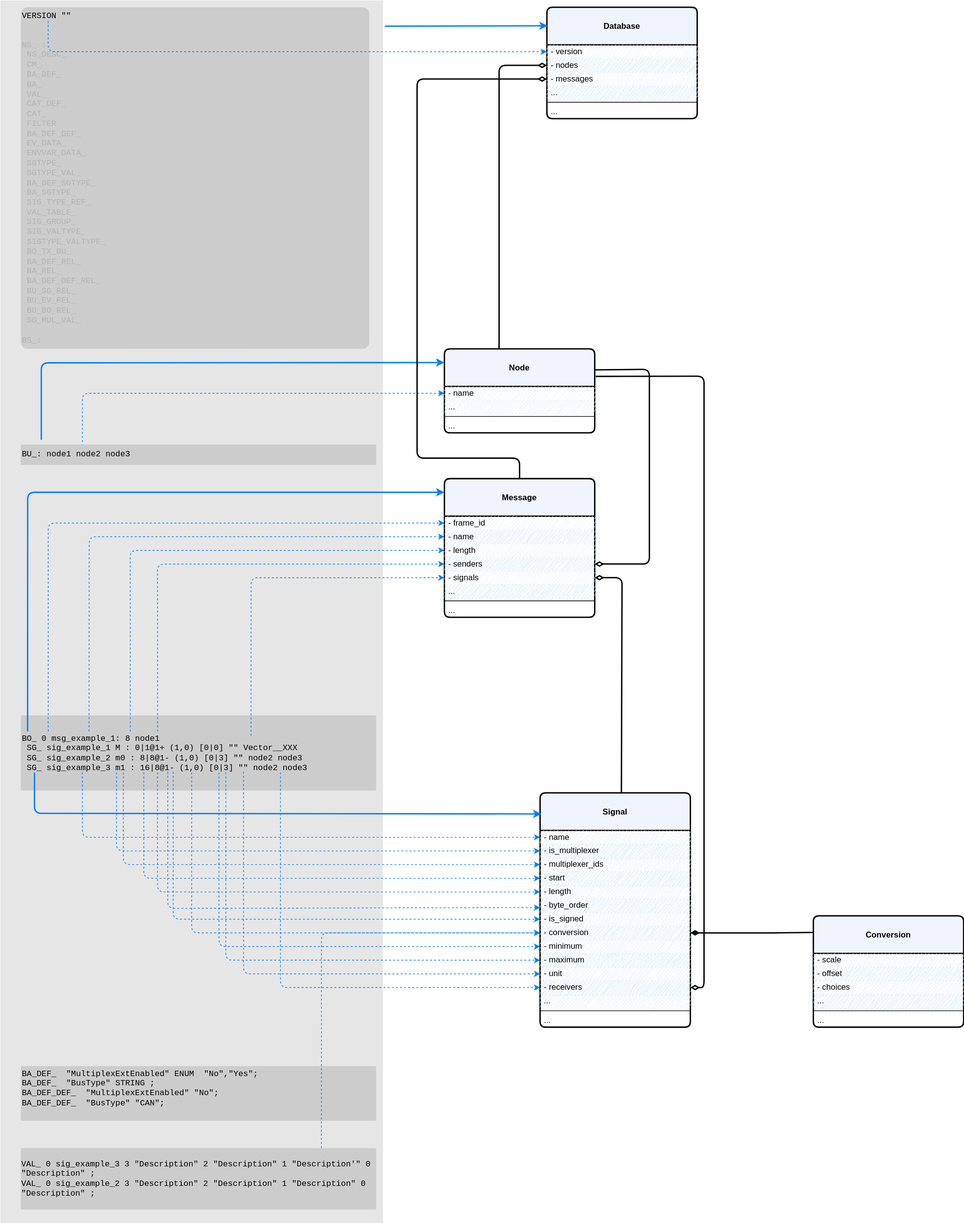
The draw.io diagram images/2025-8-22-cantools/defmap.svg in braisedp/braisedp.github.io, before a commit. Source tidied: cells renumbered, new cells last; positions are measured from the earlier drawing's top-left corner, leaving out a move shared by most shapes.
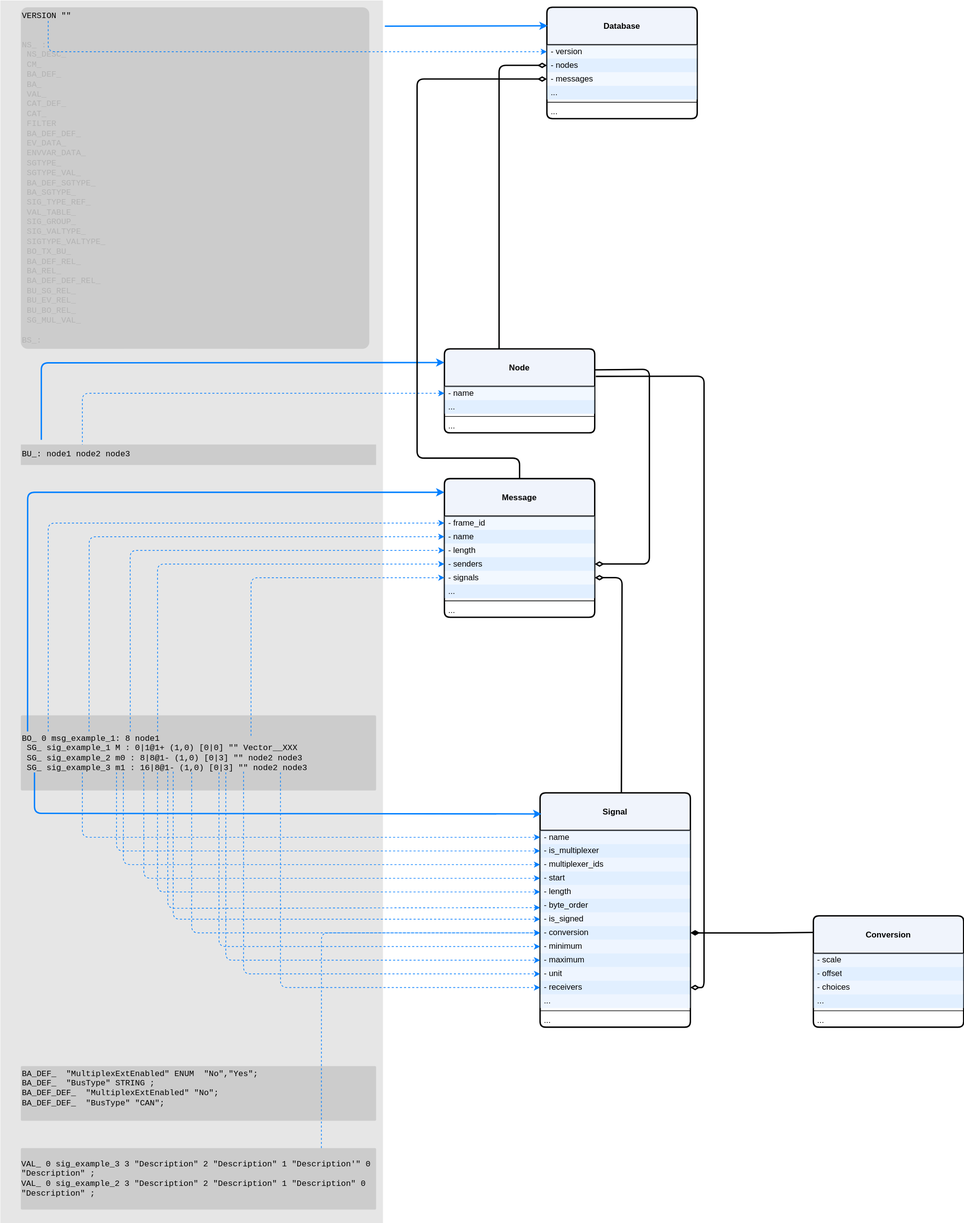
After the change.

What changed in the source:
```diff
@@ -11,10 +11,10 @@
     <mxCell id="4" value="&lt;div&gt;&lt;br&gt;&lt;/div&gt;&lt;div&gt;&lt;b&gt;Node&lt;/b&gt;&lt;/div&gt;" style="swimlane;fontStyle=0;align=center;verticalAlign=top;horizontal=1;startSize=55;html=1;whiteSpace=wrap;arcSize=5;rounded=1;strokeWidth=2;fillColor=#F0F4FC;" parent="1" vertex="1">
       <mxGeometry x="650" y="510" width="220" height="123" as="geometry" />
     </mxCell>
-    <mxCell id="5" value="- name" style="text;html=1;strokeColor=none;fillColor=#E5F2FF;align=left;verticalAlign=middle;spacingLeft=4;spacingRight=4;overflow=hidden;points=[[0,0.5],[1,0.5]];portConstraint=eastwest;whiteSpace=wrap;sketch=1;curveFitting=1;jiggle=2;" parent="4" vertex="1">
+    <mxCell id="5" value="- name" style="text;html=1;strokeColor=none;fillColor=#E5F2FF;align=left;verticalAlign=middle;spacingLeft=4;spacingRight=4;overflow=hidden;points=[[0,0.5],[1,0.5]];portConstraint=eastwest;whiteSpace=wrap;opacity=50;" parent="4" vertex="1">
       <mxGeometry y="55" width="220" height="20" as="geometry" />
     </mxCell>
-    <mxCell id="6" value="..." style="text;html=1;strokeColor=none;fillColor=#DDEBFF;align=left;verticalAlign=middle;spacingLeft=4;spacingRight=4;overflow=hidden;whiteSpace=wrap;sketch=1;curveFitting=1;jiggle=2;" parent="4" vertex="1">
+    <mxCell id="6" value="..." style="text;html=1;strokeColor=none;fillColor=#C4DFFF;align=left;verticalAlign=middle;spacingLeft=4;spacingRight=4;overflow=hidden;whiteSpace=wrap;opacity=50;" parent="4" vertex="1">
       <mxGeometry y="75" width="220" height="20" as="geometry" />
     </mxCell>
     <mxCell id="7" style="line;strokeWidth=1;fillColor=none;align=left;verticalAlign=middle;spacingTop=-1;spacingLeft=3;spacingRight=3;labelPosition=right;" parent="4" vertex="1">
@@ -26,22 +26,22 @@
     <mxCell id="9" value="&lt;div&gt;&lt;b&gt;&lt;br&gt;&lt;/b&gt;&lt;/div&gt;&lt;b&gt;Message&lt;/b&gt;" style="swimlane;fontStyle=0;align=center;verticalAlign=top;horizontal=1;startSize=55;html=1;whiteSpace=wrap;rounded=1;arcSize=5;strokeWidth=2;fillColor=#F0F4FC;" parent="1" vertex="1">
       <mxGeometry x="650" y="700" width="220" height="203" as="geometry" />
     </mxCell>
-    <mxCell id="10" value="- frame_id" style="text;html=1;strokeColor=none;fillColor=#E5F2FF;align=left;verticalAlign=middle;spacingLeft=4;spacingRight=4;overflow=hidden;points=[[0,0.5],[1,0.5]];portConstraint=eastwest;whiteSpace=wrap;sketch=1;curveFitting=1;jiggle=2;" parent="9" vertex="1">
+    <mxCell id="10" value="- frame_id" style="text;html=1;strokeColor=none;fillColor=#E5F2FF;align=left;verticalAlign=middle;spacingLeft=4;spacingRight=4;overflow=hidden;points=[[0,0.5],[1,0.5]];portConstraint=eastwest;whiteSpace=wrap;opacity=50;" parent="9" vertex="1">
       <mxGeometry y="55" width="220" height="20" as="geometry" />
     </mxCell>
-    <mxCell id="11" value="- name" style="text;html=1;strokeColor=none;fillColor=#C4DFFF;align=left;verticalAlign=middle;spacingLeft=4;spacingRight=4;overflow=hidden;points=[[0,0.5],[1,0.5]];portConstraint=eastwest;whiteSpace=wrap;sketch=1;curveFitting=1;jiggle=2;" parent="9" vertex="1">
+    <mxCell id="11" value="- name" style="text;html=1;strokeColor=none;fillColor=#C4DFFF;align=left;verticalAlign=middle;spacingLeft=4;spacingRight=4;overflow=hidden;points=[[0,0.5],[1,0.5]];portConstraint=eastwest;whiteSpace=wrap;opacity=50;" parent="9" vertex="1">
       <mxGeometry y="75" width="220" height="20" as="geometry" />
     </mxCell>
-    <mxCell id="12" value="- length" style="text;html=1;strokeColor=none;fillColor=#E5F2FF;align=left;verticalAlign=middle;spacingLeft=4;spacingRight=4;overflow=hidden;points=[[0,0.5],[1,0.5]];portConstraint=eastwest;whiteSpace=wrap;sketch=1;curveFitting=1;jiggle=2;" parent="9" vertex="1">
+    <mxCell id="12" value="- length" style="text;html=1;strokeColor=none;fillColor=#E5F2FF;align=left;verticalAlign=middle;spacingLeft=4;spacingRight=4;overflow=hidden;points=[[0,0.5],[1,0.5]];portConstraint=eastwest;whiteSpace=wrap;opacity=50;" parent="9" vertex="1">
       <mxGeometry y="95" width="220" height="20" as="geometry" />
     </mxCell>
-    <mxCell id="13" value="- senders" style="text;html=1;strokeColor=none;fillColor=#C4DFFF;align=left;verticalAlign=middle;spacingLeft=4;spacingRight=4;overflow=hidden;points=[[0,0.5],[1,0.5]];portConstraint=eastwest;whiteSpace=wrap;sketch=1;curveFitting=1;jiggle=2;" parent="9" vertex="1">
+    <mxCell id="13" value="- senders" style="text;html=1;strokeColor=none;fillColor=#C4DFFF;align=left;verticalAlign=middle;spacingLeft=4;spacingRight=4;overflow=hidden;points=[[0,0.5],[1,0.5]];portConstraint=eastwest;whiteSpace=wrap;opacity=50;" parent="9" vertex="1">
       <mxGeometry y="115" width="220" height="20" as="geometry" />
     </mxCell>
-    <mxCell id="14" value="- signals" style="text;html=1;strokeColor=none;fillColor=#E5F2FF;align=left;verticalAlign=middle;spacingLeft=4;spacingRight=4;overflow=hidden;points=[[0,0.5],[1,0.5]];portConstraint=eastwest;whiteSpace=wrap;sketch=1;curveFitting=1;jiggle=2;" parent="9" vertex="1">
+    <mxCell id="14" value="- signals" style="text;html=1;strokeColor=none;fillColor=#E5F2FF;align=left;verticalAlign=middle;spacingLeft=4;spacingRight=4;overflow=hidden;points=[[0,0.5],[1,0.5]];portConstraint=eastwest;whiteSpace=wrap;opacity=50;" parent="9" vertex="1">
       <mxGeometry y="135" width="220" height="20" as="geometry" />
     </mxCell>
-    <mxCell id="15" value="..." style="text;html=1;strokeColor=none;fillColor=#C4DFFF;align=left;verticalAlign=middle;spacingLeft=4;spacingRight=4;overflow=hidden;whiteSpace=wrap;sketch=1;curveFitting=1;jiggle=2;" parent="9" vertex="1">
+    <mxCell id="15" value="..." style="text;html=1;strokeColor=none;fillColor=#C4DFFF;align=left;verticalAlign=middle;spacingLeft=4;spacingRight=4;overflow=hidden;whiteSpace=wrap;opacity=50;" parent="9" vertex="1">
       <mxGeometry y="155" width="220" height="20" as="geometry" />
     </mxCell>
     <mxCell id="16" style="line;strokeWidth=1;fillColor=none;align=left;verticalAlign=middle;spacingTop=-1;spacingLeft=3;spacingRight=3;labelPosition=right;" parent="9" vertex="1">
@@ -53,43 +53,43 @@
     <mxCell id="18" value="&lt;div&gt;&lt;br&gt;&lt;/div&gt;&lt;b&gt;Signal&lt;/b&gt;" style="swimlane;fontStyle=0;align=center;verticalAlign=top;horizontal=1;startSize=55;html=1;whiteSpace=wrap;arcSize=5;rounded=1;strokeWidth=2;fillColor=#F0F4FC;" parent="1" vertex="1">
       <mxGeometry x="790" y="1160" width="220" height="343" as="geometry" />
     </mxCell>
-    <mxCell id="19" value="- name" style="text;html=1;strokeColor=none;fillColor=#DDEBFF;align=left;verticalAlign=middle;spacingLeft=4;spacingRight=4;overflow=hidden;points=[[0,0.5],[1,0.5]];portConstraint=eastwest;whiteSpace=wrap;sketch=1;curveFitting=1;jiggle=2;" parent="18" vertex="1">
+    <mxCell id="19" value="- name" style="text;html=1;strokeColor=none;fillColor=#DDEBFF;align=left;verticalAlign=middle;spacingLeft=4;spacingRight=4;overflow=hidden;points=[[0,0.5],[1,0.5]];portConstraint=eastwest;whiteSpace=wrap;opacity=50;" parent="18" vertex="1">
       <mxGeometry y="55" width="220" height="20" as="geometry" />
     </mxCell>
-    <mxCell id="20" value="- is_multiplexer" style="text;html=1;strokeColor=none;fillColor=#C4DFFF;align=left;verticalAlign=middle;spacingLeft=4;spacingRight=4;overflow=hidden;points=[[0,0.5],[1,0.5]];portConstraint=eastwest;whiteSpace=wrap;sketch=1;curveFitting=1;jiggle=2;" parent="18" vertex="1">
+    <mxCell id="20" value="- is_multiplexer" style="text;html=1;strokeColor=none;fillColor=#C4DFFF;align=left;verticalAlign=middle;spacingLeft=4;spacingRight=4;overflow=hidden;points=[[0,0.5],[1,0.5]];portConstraint=eastwest;whiteSpace=wrap;opacity=50;" parent="18" vertex="1">
       <mxGeometry y="75" width="220" height="20" as="geometry" />
     </mxCell>
-    <mxCell id="21" value="- multiplexer_ids" style="text;html=1;strokeColor=none;fillColor=#DDEBFF;align=left;verticalAlign=middle;spacingLeft=4;spacingRight=4;overflow=hidden;points=[[0,0.5],[1,0.5]];portConstraint=eastwest;whiteSpace=wrap;sketch=1;curveFitting=1;jiggle=2;" parent="18" vertex="1">
+    <mxCell id="21" value="- multiplexer_ids" style="text;html=1;strokeColor=none;fillColor=#DDEBFF;align=left;verticalAlign=middle;spacingLeft=4;spacingRight=4;overflow=hidden;points=[[0,0.5],[1,0.5]];portConstraint=eastwest;whiteSpace=wrap;opacity=50;" parent="18" vertex="1">
       <mxGeometry y="95" width="220" height="20" as="geometry" />
     </mxCell>
-    <mxCell id="22" value="- start" style="text;html=1;strokeColor=none;fillColor=#C4DFFF;align=left;verticalAlign=middle;spacingLeft=4;spacingRight=4;overflow=hidden;points=[[0,0.5],[1,0.5]];portConstraint=eastwest;whiteSpace=wrap;sketch=1;curveFitting=1;jiggle=2;" parent="18" vertex="1">
+    <mxCell id="22" value="- start" style="text;html=1;strokeColor=none;fillColor=#C4DFFF;align=left;verticalAlign=middle;spacingLeft=4;spacingRight=4;overflow=hidden;points=[[0,0.5],[1,0.5]];portConstraint=eastwest;whiteSpace=wrap;opacity=50;" parent="18" vertex="1">
       <mxGeometry y="115" width="220" height="20" as="geometry" />
     </mxCell>
-    <mxCell id="23" value="- length" style="text;html=1;strokeColor=none;fillColor=#DDEBFF;align=left;verticalAlign=middle;spacingLeft=4;spacingRight=4;overflow=hidden;points=[[0,0.5],[1,0.5]];portConstraint=eastwest;whiteSpace=wrap;sketch=1;curveFitting=1;jiggle=2;" parent="18" vertex="1">
+    <mxCell id="23" value="- length" style="text;html=1;strokeColor=none;fillColor=#DDEBFF;align=left;verticalAlign=middle;spacingLeft=4;spacingRight=4;overflow=hidden;points=[[0,0.5],[1,0.5]];portConstraint=eastwest;whiteSpace=wrap;opacity=50;" parent="18" vertex="1">
       <mxGeometry y="135" width="220" height="20" as="geometry" />
     </mxCell>
-    <mxCell id="24" value="- byte_order" style="text;html=1;strokeColor=none;fillColor=#C4DFFF;align=left;verticalAlign=middle;spacingLeft=4;spacingRight=4;overflow=hidden;points=[[0,0.5],[1,0.5]];portConstraint=eastwest;whiteSpace=wrap;sketch=1;curveFitting=1;jiggle=2;" parent="18" vertex="1">
+    <mxCell id="24" value="- byte_order" style="text;html=1;strokeColor=none;fillColor=#C4DFFF;align=left;verticalAlign=middle;spacingLeft=4;spacingRight=4;overflow=hidden;points=[[0,0.5],[1,0.5]];portConstraint=eastwest;whiteSpace=wrap;opacity=50;" parent="18" vertex="1">
       <mxGeometry y="155" width="220" height="20" as="geometry" />
     </mxCell>
-    <mxCell id="25" value="- is_signed" style="text;html=1;strokeColor=none;fillColor=#DDEBFF;align=left;verticalAlign=middle;spacingLeft=4;spacingRight=4;overflow=hidden;points=[[0,0.5],[1,0.5]];portConstraint=eastwest;whiteSpace=wrap;sketch=1;curveFitting=1;jiggle=2;" parent="18" vertex="1">
+    <mxCell id="25" value="- is_signed" style="text;html=1;strokeColor=none;fillColor=#DDEBFF;align=left;verticalAlign=middle;spacingLeft=4;spacingRight=4;overflow=hidden;points=[[0,0.5],[1,0.5]];portConstraint=eastwest;whiteSpace=wrap;opacity=50;" parent="18" vertex="1">
       <mxGeometry y="175" width="220" height="20" as="geometry" />
     </mxCell>
-    <mxCell id="26" value="- conversion" style="text;html=1;strokeColor=none;fillColor=#C4DFFF;align=left;verticalAlign=middle;spacingLeft=4;spacingRight=4;overflow=hidden;points=[[0,0.5],[1,0.5]];portConstraint=eastwest;whiteSpace=wrap;sketch=1;curveFitting=1;jiggle=2;" parent="18" vertex="1">
+    <mxCell id="26" value="- conversion" style="text;html=1;strokeColor=none;fillColor=#C4DFFF;align=left;verticalAlign=middle;spacingLeft=4;spacingRight=4;overflow=hidden;points=[[0,0.5],[1,0.5]];portConstraint=eastwest;whiteSpace=wrap;opacity=50;" parent="18" vertex="1">
       <mxGeometry y="195" width="220" height="20" as="geometry" />
     </mxCell>
-    <mxCell id="27" value="- minimum" style="text;html=1;strokeColor=none;fillColor=#DDEBFF;align=left;verticalAlign=middle;spacingLeft=4;spacingRight=4;overflow=hidden;points=[[0,0.5],[1,0.5]];portConstraint=eastwest;whiteSpace=wrap;sketch=1;curveFitting=1;jiggle=2;" parent="18" vertex="1">
+    <mxCell id="27" value="- minimum" style="text;html=1;strokeColor=none;fillColor=#DDEBFF;align=left;verticalAlign=middle;spacingLeft=4;spacingRight=4;overflow=hidden;points=[[0,0.5],[1,0.5]];portConstraint=eastwest;whiteSpace=wrap;opacity=50;" parent="18" vertex="1">
       <mxGeometry y="215" width="220" height="20" as="geometry" />
     </mxCell>
-    <mxCell id="28" value="- maximum" style="text;html=1;strokeColor=none;fillColor=#C4DFFF;align=left;verticalAlign=middle;spacingLeft=4;spacingRight=4;overflow=hidden;points=[[0,0.5],[1,0.5]];portConstraint=eastwest;whiteSpace=wrap;sketch=1;curveFitting=1;jiggle=2;" parent="18" vertex="1">
+    <mxCell id="28" value="- maximum" style="text;html=1;strokeColor=none;fillColor=#C4DFFF;align=left;verticalAlign=middle;spacingLeft=4;spacingRight=4;overflow=hidden;points=[[0,0.5],[1,0.5]];portConstraint=eastwest;whiteSpace=wrap;opacity=50;" parent="18" vertex="1">
       <mxGeometry y="235" width="220" height="20" as="geometry" />
     </mxCell>
-    <mxCell id="29" value="- unit" style="text;html=1;strokeColor=none;fillColor=#DDEBFF;align=left;verticalAlign=middle;spacingLeft=4;spacingRight=4;overflow=hidden;points=[[0,0.5],[1,0.5]];portConstraint=eastwest;whiteSpace=wrap;sketch=1;curveFitting=1;jiggle=2;" parent="18" vertex="1">
+    <mxCell id="29" value="- unit" style="text;html=1;strokeColor=none;fillColor=#DDEBFF;align=left;verticalAlign=middle;spacingLeft=4;spacingRight=4;overflow=hidden;points=[[0,0.5],[1,0.5]];portConstraint=eastwest;whiteSpace=wrap;opacity=50;" parent="18" vertex="1">
       <mxGeometry y="255" width="220" height="20" as="geometry" />
     </mxCell>
-    <mxCell id="30" value="- receivers" style="text;html=1;strokeColor=none;fillColor=#C4DFFF;align=left;verticalAlign=middle;spacingLeft=4;spacingRight=4;overflow=hidden;points=[[0,0.5],[1,0.5]];portConstraint=eastwest;whiteSpace=wrap;sketch=1;curveFitting=1;jiggle=2;" parent="18" vertex="1">
+    <mxCell id="30" value="- receivers" style="text;html=1;strokeColor=none;fillColor=#C4DFFF;align=left;verticalAlign=middle;spacingLeft=4;spacingRight=4;overflow=hidden;points=[[0,0.5],[1,0.5]];portConstraint=eastwest;whiteSpace=wrap;opacity=50;" parent="18" vertex="1">
       <mxGeometry y="275" width="220" height="20" as="geometry" />
     </mxCell>
-    <mxCell id="31" value="..." style="text;html=1;strokeColor=none;fillColor=#DDEBFF;align=left;verticalAlign=middle;spacingLeft=4;spacingRight=4;overflow=hidden;whiteSpace=wrap;sketch=1;curveFitting=1;jiggle=2;" parent="18" vertex="1">
+    <mxCell id="31" value="..." style="text;html=1;strokeColor=none;fillColor=#DDEBFF;align=left;verticalAlign=middle;spacingLeft=4;spacingRight=4;overflow=hidden;whiteSpace=wrap;opacity=50;" parent="18" vertex="1">
       <mxGeometry y="295" width="220" height="20" as="geometry" />
     </mxCell>
     <mxCell id="32" style="line;strokeWidth=1;fillColor=none;align=left;verticalAlign=middle;spacingTop=-1;spacingLeft=3;spacingRight=3;labelPosition=right;" parent="18" vertex="1">
@@ -305,16 +305,16 @@
     <mxCell id="63" value="&lt;div&gt;&lt;b&gt;&lt;br&gt;&lt;/b&gt;&lt;/div&gt;&lt;b&gt;Conversion&lt;/b&gt;" style="swimlane;fontStyle=0;align=center;verticalAlign=top;horizontal=1;startSize=55;html=1;whiteSpace=wrap;arcSize=5;rounded=1;strokeWidth=2;fillColor=#F0F4FC;" parent="1" vertex="1">
       <mxGeometry x="1190" y="1340" width="220" height="163" as="geometry" />
     </mxCell>
-    <mxCell id="64" value="- scale" style="text;html=1;strokeColor=none;fillColor=#DDEBFF;align=left;verticalAlign=middle;spacingLeft=4;spacingRight=4;overflow=hidden;whiteSpace=wrap;sketch=1;curveFitting=1;jiggle=2;" parent="63" vertex="1">
+    <mxCell id="64" value="- scale" style="text;html=1;strokeColor=none;fillColor=#DDEBFF;align=left;verticalAlign=middle;spacingLeft=4;spacingRight=4;overflow=hidden;whiteSpace=wrap;opacity=50;" parent="63" vertex="1">
       <mxGeometry y="55" width="220" height="20" as="geometry" />
     </mxCell>
-    <mxCell id="65" value="- offset" style="text;html=1;strokeColor=none;fillColor=#C4DFFF;align=left;verticalAlign=middle;spacingLeft=4;spacingRight=4;overflow=hidden;whiteSpace=wrap;sketch=1;curveFitting=1;jiggle=2;" parent="63" vertex="1">
+    <mxCell id="65" value="- offset" style="text;html=1;strokeColor=none;fillColor=#C4DFFF;align=left;verticalAlign=middle;spacingLeft=4;spacingRight=4;overflow=hidden;whiteSpace=wrap;opacity=50;" parent="63" vertex="1">
       <mxGeometry y="75" width="220" height="20" as="geometry" />
     </mxCell>
-    <mxCell id="66" value="- choices" style="text;html=1;strokeColor=none;fillColor=#DDEBFF;align=left;verticalAlign=middle;spacingLeft=4;spacingRight=4;overflow=hidden;whiteSpace=wrap;sketch=1;curveFitting=1;jiggle=2;" parent="63" vertex="1">
+    <mxCell id="66" value="- choices" style="text;html=1;strokeColor=none;fillColor=#DDEBFF;align=left;verticalAlign=middle;spacingLeft=4;spacingRight=4;overflow=hidden;whiteSpace=wrap;opacity=50;" parent="63" vertex="1">
       <mxGeometry y="95" width="220" height="20" as="geometry" />
     </mxCell>
-    <mxCell id="67" value="..." style="text;html=1;strokeColor=none;fillColor=#C4DFFF;align=left;verticalAlign=middle;spacingLeft=4;spacingRight=4;overflow=hidden;whiteSpace=wrap;sketch=1;curveFitting=1;jiggle=2;" parent="63" vertex="1">
+    <mxCell id="67" value="..." style="text;html=1;strokeColor=none;fillColor=#C4DFFF;align=left;verticalAlign=middle;spacingLeft=4;spacingRight=4;overflow=hidden;whiteSpace=wrap;opacity=50;" parent="63" vertex="1">
       <mxGeometry y="115" width="220" height="20" as="geometry" />
     </mxCell>
     <mxCell id="68" style="line;strokeWidth=1;fillColor=none;align=left;verticalAlign=middle;spacingTop=-1;spacingLeft=3;spacingRight=3;labelPosition=right;" parent="63" vertex="1">
@@ -333,16 +333,16 @@
     <mxCell id="71" value="&lt;div&gt;&lt;br&gt;&lt;/div&gt;Database" style="swimlane;fontStyle=1;align=center;verticalAlign=top;horizontal=1;startSize=55;html=1;whiteSpace=wrap;arcSize=5;rounded=1;strokeWidth=2;fillColor=#F0F4FC;" parent="1" vertex="1">
       <mxGeometry x="800" y="10" width="220" height="163" as="geometry" />
     </mxCell>
-    <mxCell id="72" value="- version" style="text;html=1;strokeColor=none;fillColor=#E5F2FF;align=left;verticalAlign=middle;spacingLeft=4;spacingRight=4;overflow=hidden;points=[[0,0.5],[1,0.5]];portConstraint=eastwest;whiteSpace=wrap;sketch=1;curveFitting=1;jiggle=2;" parent="71" vertex="1">
+    <mxCell id="72" value="- version" style="text;html=1;strokeColor=none;fillColor=#E5F2FF;align=left;verticalAlign=middle;spacingLeft=4;spacingRight=4;overflow=hidden;points=[[0,0.5],[1,0.5]];portConstraint=eastwest;whiteSpace=wrap;opacity=50;" parent="71" vertex="1">
       <mxGeometry y="55" width="220" height="20" as="geometry" />
     </mxCell>
-    <mxCell id="73" value="- nodes" style="text;html=1;strokeColor=none;fillColor=#C4DFFF;align=left;verticalAlign=middle;spacingLeft=4;spacingRight=4;overflow=hidden;points=[[0,0.5],[1,0.5]];portConstraint=eastwest;whiteSpace=wrap;sketch=1;curveFitting=1;jiggle=2;" parent="71" vertex="1">
+    <mxCell id="73" value="- nodes" style="text;html=1;strokeColor=none;fillColor=#C4DFFF;align=left;verticalAlign=middle;spacingLeft=4;spacingRight=4;overflow=hidden;points=[[0,0.5],[1,0.5]];portConstraint=eastwest;whiteSpace=wrap;opacity=50;" parent="71" vertex="1">
       <mxGeometry y="75" width="220" height="20" as="geometry" />
     </mxCell>
-    <mxCell id="74" value="- messages" style="text;html=1;strokeColor=none;fillColor=#E5F2FF;align=left;verticalAlign=middle;spacingLeft=4;spacingRight=4;overflow=hidden;points=[[0,0.5],[1,0.5]];portConstraint=eastwest;whiteSpace=wrap;sketch=1;curveFitting=1;jiggle=2;" parent="71" vertex="1">
+    <mxCell id="74" value="- messages" style="text;html=1;strokeColor=none;fillColor=#E5F2FF;align=left;verticalAlign=middle;spacingLeft=4;spacingRight=4;overflow=hidden;points=[[0,0.5],[1,0.5]];portConstraint=eastwest;whiteSpace=wrap;opacity=50;" parent="71" vertex="1">
       <mxGeometry y="95" width="220" height="20" as="geometry" />
     </mxCell>
-    <mxCell id="75" value="..." style="text;html=1;strokeColor=none;fillColor=#C4DFFF;align=left;verticalAlign=middle;spacingLeft=4;spacingRight=4;overflow=hidden;whiteSpace=wrap;sketch=1;curveFitting=1;jiggle=2;" parent="71" vertex="1">
+    <mxCell id="75" value="..." style="text;html=1;strokeColor=none;fillColor=#C4DFFF;align=left;verticalAlign=middle;spacingLeft=4;spacingRight=4;overflow=hidden;whiteSpace=wrap;opacity=50;" parent="71" vertex="1">
       <mxGeometry y="115" width="220" height="20" as="geometry" />
     </mxCell>
     <mxCell id="76" style="line;strokeWidth=1;fillColor=none;align=left;verticalAlign=middle;spacingTop=-1;spacingLeft=3;spacingRight=3;labelPosition=right;" parent="71" vertex="1">
```
